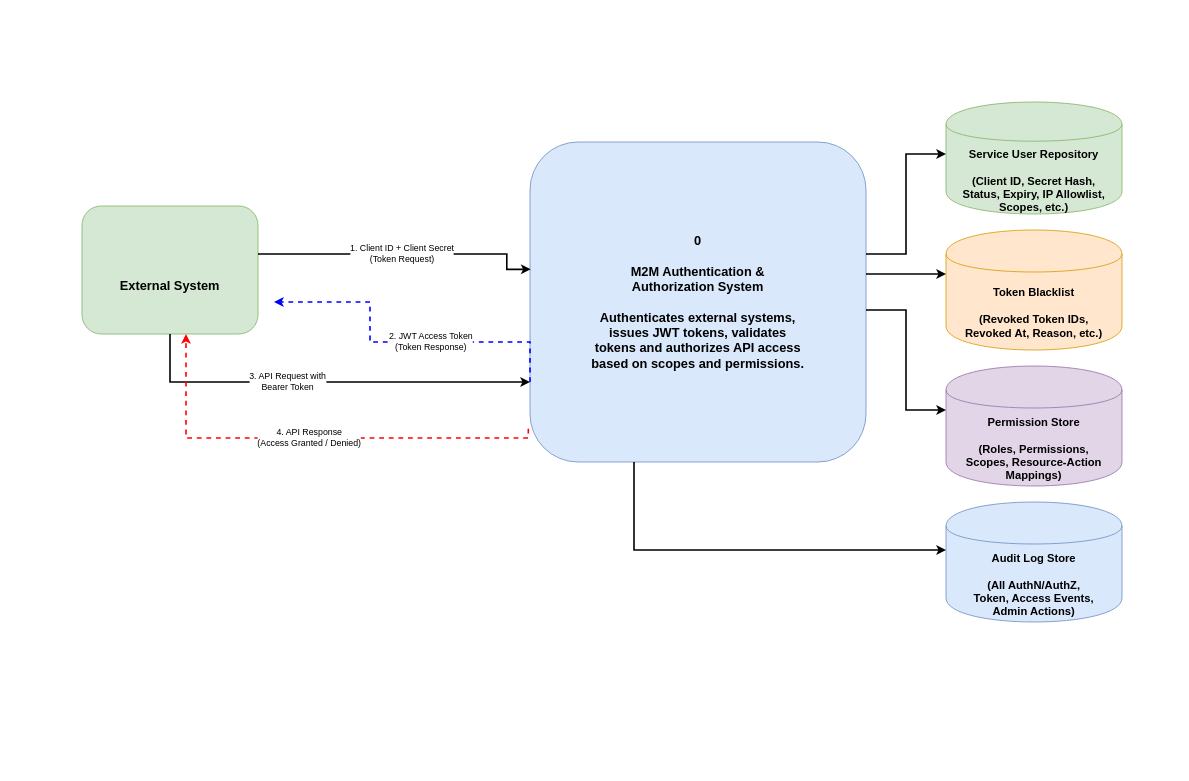
Earlier version of the draw.io diagram page "Level 0 DFD iRM-Service-Security" (1 of 3) of iRM API Layer — Security Architecture Enhancements -DFD.drawio (apsingh911/draw.io). Source tidied: cells renumbered, new cells numbered last; positions are measured from the earlier drawing's top-left corner, leaving out a move shared by most shapes. Both pictures are drawn from the tidied source at 80%, with x=0, y=0 at pixel (82, 102). Pictures stored in the file or linked from it are replaced by grey dashed boxes.
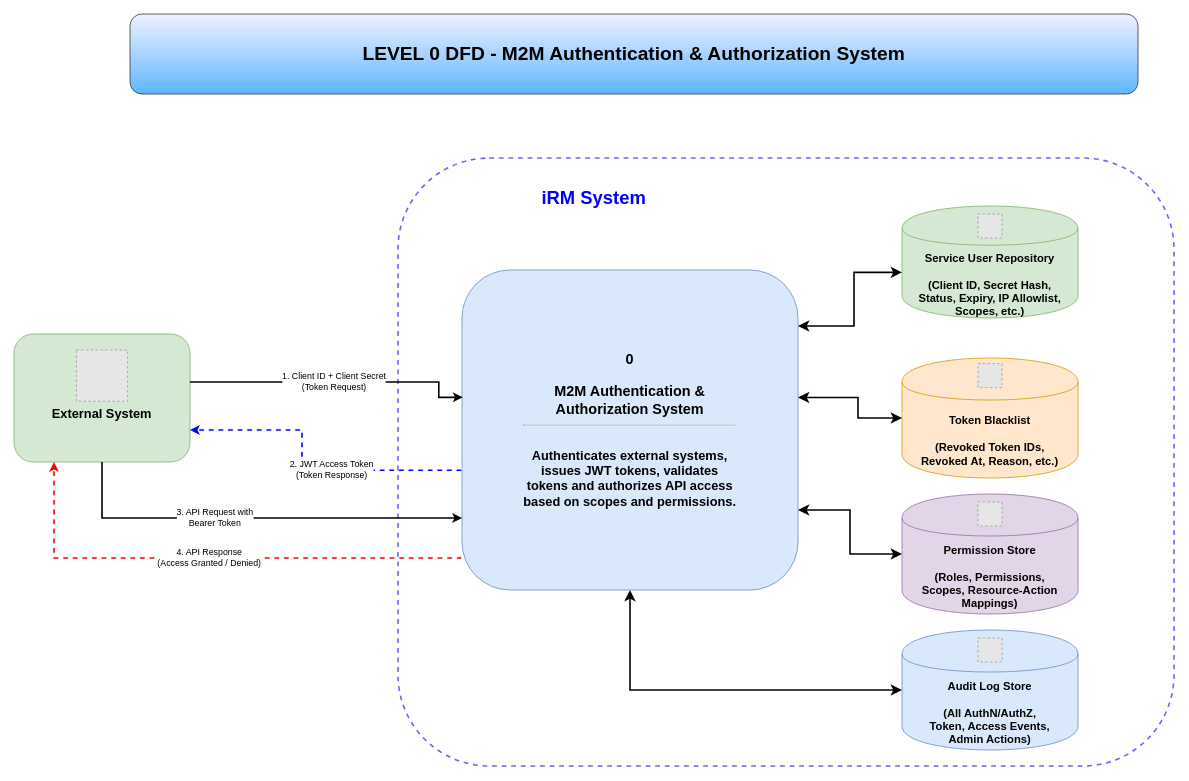
The same page after the edit.

The edit, as a diff of the source:
```diff
@@
     <mxCell id="2" value="&lt;div&gt;&lt;br&gt;&lt;/div&gt;&lt;div&gt;&lt;br&gt;&lt;/div&gt;External System" style="rounded=1;whiteSpace=wrap;html=1;fillColor=#d5e8d4;strokeColor=#82b366;fontSize=16;fontStyle=1;" parent="1" vertex="1">
-      <mxGeometry y="130" width="220" height="160" as="geometry" />
+      <mxGeometry x="-85" y="290" width="220" height="160" as="geometry" />
     </mxCell>
+    <mxCell id="16" style="rounded=1;whiteSpace=wrap;html=1;gradientColor=none;opacity=60;shadow=0;glass=0;dashed=1;strokeColor=#0000FF;strokeWidth=2;fontStyle=1;labelBackgroundColor=none;" parent="1" vertex="1">
+      <mxGeometry x="395" y="70" width="970" height="760" as="geometry" />
+    </mxCell>
-    <mxCell id="3" value="0&#10;&#10;M2M Authentication &amp;&#10;Authorization System&#10;&#10;Authenticates external systems,&#10;issues JWT tokens, validates&#10;tokens and authorizes API access&#10;based on scopes and permissions." style="rounded=1;whiteSpace=wrap;html=1;fillColor=#dae8fc;strokeColor=#6c8ebf;fontSize=16;fontStyle=1;" parent="1" vertex="1">
-      <mxGeometry x="560" y="50" width="420" height="400" as="geometry" />
+    <mxCell id="3" value="&lt;font style=&quot;font-size: 18px;&quot;&gt;0&lt;/font&gt;&lt;br&gt;&lt;br&gt;&lt;font style=&quot;font-size: 18px;&quot;&gt;M2M Authentication &amp;amp;&lt;br&gt;Authorization System&lt;/font&gt;&lt;div&gt;&lt;div&gt;&lt;hr&gt;&lt;br&gt;Authenticates external systems,&lt;br&gt;issues JWT tokens, validates&lt;br&gt;tokens and authorizes API access&lt;br&gt;based on scopes and permissions.&lt;/div&gt;&lt;/div&gt;" style="rounded=1;whiteSpace=wrap;html=1;fillColor=#dae8fc;strokeColor=#6c8ebf;fontSize=16;fontStyle=1;" parent="1" vertex="1">
+      <mxGeometry x="475" y="210" width="420" height="400" as="geometry" />
     </mxCell>
     <mxCell id="4" value="&lt;br&gt;Service User Repository&lt;div&gt;&lt;br&gt;(Client ID, Secret Hash,&lt;br&gt;Status, Expiry, IP Allowlist,&lt;br&gt;Scopes, etc.)&lt;/div&gt;" style="shape=cylinder;whiteSpace=wrap;html=1;boundedLbl=1;fillColor=#d5e8d4;strokeColor=#82b366;fontSize=14;fontStyle=1;" parent="1" vertex="1">
-      <mxGeometry x="1080" width="220" height="140" as="geometry" />
+      <mxGeometry x="1025" y="130" width="220" height="140" as="geometry" />
     </mxCell>
     <mxCell id="5" value="&lt;br&gt;Token Blacklist&lt;div&gt;&lt;br&gt;(Revoked Token IDs,&lt;br&gt;Revoked At, Reason, etc.)&lt;/div&gt;" style="shape=cylinder;whiteSpace=wrap;html=1;boundedLbl=1;fillColor=#ffe6cc;strokeColor=#d79b00;fontSize=14;fontStyle=1;" parent="1" vertex="1">
-      <mxGeometry x="1080" y="160" width="220" height="150" as="geometry" />
+      <mxGeometry x="1025" y="320" width="220" height="150" as="geometry" />
     </mxCell>
     <mxCell id="6" value="&lt;br&gt;Permission Store&lt;div&gt;&lt;br&gt;&lt;div&gt;(Roles, Permissions,&lt;br&gt;Scopes, Resource-Action&lt;br&gt;Mappings)&lt;/div&gt;&lt;/div&gt;" style="shape=cylinder;whiteSpace=wrap;html=1;boundedLbl=1;fillColor=#e1d5e7;strokeColor=#9673a6;fontSize=14;fontStyle=1;" parent="1" vertex="1">
-      <mxGeometry x="1080" y="330" width="220" height="150" as="geometry" />
+      <mxGeometry x="1025" y="490" width="220" height="150" as="geometry" />
     </mxCell>
     <mxCell id="7" value="&lt;br&gt;Audit Log Store&lt;div&gt;&lt;br&gt;(All AuthN/AuthZ,&lt;br&gt;Token, Access Events,&lt;br&gt;Admin Actions)&lt;/div&gt;" style="shape=cylinder;whiteSpace=wrap;html=1;boundedLbl=1;fillColor=#dae8fc;strokeColor=#6c8ebf;fontSize=14;fontStyle=1;" parent="1" vertex="1">
-      <mxGeometry x="1080" y="500" width="220" height="150" as="geometry" />
+      <mxGeometry x="1025" y="660" width="220" height="150" as="geometry" />
     </mxCell>
     <mxCell id="8" value="1. Client ID + Client Secret&#10;(Token Request)" style="edgeStyle=orthogonalEdgeStyle;rounded=0;jettySize=auto;html=1;strokeWidth=2;entryX=0.002;entryY=0.398;entryDx=0;entryDy=0;entryPerimeter=0;endArrow=classic;endFill=1;" parent="1" edge="1" source="2" target="3">
       <mxGeometry relative="1" as="geometry">
         <Array as="points">
-          <mxPoint x="531" y="190" />
-          <mxPoint x="531" y="209" />
+          <mxPoint x="446" y="350" />
+          <mxPoint x="446" y="369" />
         </Array>
       </mxGeometry>
     </mxCell>
-    <mxCell id="9" value="2. JWT Access Token&#10;(Token Response)" style="edgeStyle=orthogonalEdgeStyle;rounded=0;jettySize=auto;html=1;dashed=1;strokeColor=#0000FF;strokeWidth=2;exitX=0;exitY=0.75;exitDx=0;exitDy=0;" parent="1" edge="1" source="3">
+    <mxCell id="9" value="2. JWT Access Token&#10;(Token Response)" style="edgeStyle=orthogonalEdgeStyle;rounded=0;jettySize=auto;html=1;dashed=1;strokeColor=#0000FF;strokeWidth=2;entryX=1;entryY=0.75;entryDx=0;entryDy=0;exitX=-0.002;exitY=0.626;exitDx=0;exitDy=0;exitPerimeter=0;" parent="1" edge="1" source="3" target="2">
       <mxGeometry x="-0.17" relative="1" as="geometry">
-        <mxPoint x="240" y="250" as="targetPoint" />
         <Array as="points">
-          <mxPoint x="560" y="300" />
-          <mxPoint x="360" y="300" />
-          <mxPoint x="360" y="250" />
+          <mxPoint x="275" y="460" />
+          <mxPoint x="275" y="410" />
         </Array>
       </mxGeometry>
     </mxCell>
     <mxCell id="10" value="3. API Request with&#10;Bearer Token" style="edgeStyle=orthogonalEdgeStyle;rounded=0;jettySize=auto;html=1;strokeWidth=2;" parent="1" edge="1" source="2" target="3">
       <mxGeometry x="-0.19" relative="1" as="geometry">
         <Array as="points">
-          <mxPoint x="240" y="350" />
-          <mxPoint x="480" y="350" />
+          <mxPoint x="25" y="520" />
         </Array>
       </mxGeometry>
     </mxCell>
     <mxCell id="11" value="4. API Response&#10;(Access Granted / Denied)" style="edgeStyle=orthogonalEdgeStyle;rounded=0;jettySize=auto;html=1;dashed=1;strokeColor=#FF0000;strokeWidth=2;exitX=-0.005;exitY=0.896;exitDx=0;exitDy=0;exitPerimeter=0;" parent="1" edge="1" source="3" target="2">
       <mxGeometry relative="1" as="geometry">
         <Array as="points">
-          <mxPoint x="558" y="420" />
-          <mxPoint x="130" y="420" />
+          <mxPoint x="-35" y="570" />
         </Array>
       </mxGeometry>
     </mxCell>
-    <mxCell id="12" style="edgeStyle=orthogonalEdgeStyle;rounded=0;html=1;strokeWidth=2;" parent="1" edge="1" source="3" target="4">
-      <mxGeometry relative="1" as="geometry">
-        <Array as="points">
-          <mxPoint x="1030" y="190" />
-          <mxPoint x="1030" y="65" />
-        </Array>
-      </mxGeometry>
-    </mxCell>
-    <mxCell id="13" style="edgeStyle=orthogonalEdgeStyle;rounded=0;html=1;strokeWidth=2;" parent="1" edge="1" source="3" target="5">
-      <mxGeometry relative="1" as="geometry">
-        <Array as="points">
-          <mxPoint x="1010" y="215" />
-          <mxPoint x="1010" y="215" />
-        </Array>
-      </mxGeometry>
-    </mxCell>
+    <mxCell id="17" style="fillColor=#E6E6E6;strokeColor=#999999;dashed=1;verticalLabelPosition=bottom;labelBackgroundColor=default;verticalAlign=top;" parent="1" vertex="1">
+      <mxGeometry x="-7" y="310" width="64" height="64" as="geometry" />
+    </mxCell>
+    <mxCell id="18" style="fillColor=#E6E6E6;strokeColor=#999999;dashed=1;verticalLabelPosition=bottom;labelBackgroundColor=default;verticalAlign=top;" parent="1" vertex="1">
+      <mxGeometry x="1120" y="140" width="30" height="30" as="geometry" />
+    </mxCell>
+    <mxCell id="19" style="fillColor=#E6E6E6;strokeColor=#999999;dashed=1;verticalLabelPosition=bottom;labelBackgroundColor=default;verticalAlign=top;" parent="1" vertex="1">
+      <mxGeometry x="1120" y="327" width="30" height="30" as="geometry" />
+    </mxCell>
+    <mxCell id="20" style="fillColor=#E6E6E6;strokeColor=#999999;dashed=1;verticalLabelPosition=bottom;labelBackgroundColor=default;verticalAlign=top;" parent="1" vertex="1">
+      <mxGeometry x="1120" y="500" width="30" height="30" as="geometry" />
+    </mxCell>
+    <mxCell id="21" style="fillColor=#E6E6E6;strokeColor=#999999;dashed=1;verticalLabelPosition=bottom;labelBackgroundColor=default;verticalAlign=top;" parent="1" vertex="1">
+      <mxGeometry x="1120" y="670" width="30" height="30" as="geometry" />
+    </mxCell>
+    <mxCell id="22" style="edgeStyle=orthogonalEdgeStyle;orthogonalLoop=1;jettySize=auto;html=1;endArrow=classic;startArrow=classic;endSize=8;startSize=8;rounded=0;strokeWidth=2;" parent="1" edge="1">
+      <mxGeometry relative="1" as="geometry">
+        <mxPoint x="895" y="280" as="sourcePoint" />
+        <mxPoint x="1025" y="213" as="targetPoint" />
+        <Array as="points">
+          <mxPoint x="965" y="280" />
+          <mxPoint x="965" y="213" />
+        </Array>
+      </mxGeometry>
+    </mxCell>
+    <mxCell id="23" style="edgeStyle=orthogonalEdgeStyle;jettySize=auto;html=1;endArrow=classic;startArrow=classic;endSize=8;startSize=8;rounded=0;entryX=0;entryY=0.5;entryDx=0;entryDy=0;strokeWidth=2;" parent="1" edge="1" target="5">
+      <mxGeometry relative="1" as="geometry">
+        <mxPoint x="895" y="369.4" as="sourcePoint" />
+        <Array as="points">
+          <mxPoint x="970" y="369" />
+          <mxPoint x="970" y="395" />
+        </Array>
+      </mxGeometry>
+    </mxCell>
-    <mxCell id="14" style="edgeStyle=orthogonalEdgeStyle;rounded=0;html=1;strokeWidth=2;" parent="1" edge="1" source="3" target="6">
-      <mxGeometry relative="1" as="geometry">
-        <Array as="points">
-          <mxPoint x="1030" y="260" />
-          <mxPoint x="1030" y="385" />
-        </Array>
-      </mxGeometry>
+    <mxCell id="14" style="edgeStyle=orthogonalEdgeStyle;jettySize=auto;html=1;endArrow=classic;startArrow=classic;endSize=8;startSize=8;rounded=0;entryX=0;entryY=0.5;entryDx=0;entryDy=0;exitX=1;exitY=0.75;exitDx=0;exitDy=0;strokeWidth=2;" parent="1" edge="1" source="3" target="6">
+      <mxGeometry relative="1" as="geometry" />
     </mxCell>
-    <mxCell id="15" style="edgeStyle=orthogonalEdgeStyle;rounded=0;html=1;strokeWidth=2;" parent="1" edge="1" source="3" target="7">
-      <mxGeometry relative="1" as="geometry">
-        <Array as="points">
-          <mxPoint x="690" y="560" />
-        </Array>
-      </mxGeometry>
+    <mxCell id="15" style="edgeStyle=orthogonalEdgeStyle;jettySize=auto;html=1;endArrow=classic;startArrow=classic;endSize=8;startSize=8;rounded=0;entryX=0;entryY=0.5;entryDx=0;entryDy=0;exitX=0.5;exitY=1;exitDx=0;exitDy=0;strokeWidth=2;" parent="1" edge="1" source="3" target="7">
+      <mxGeometry relative="1" as="geometry" />
     </mxCell>
+    <mxCell id="24" value="&lt;font style=&quot;font-size: 23px;&quot;&gt;iRM System&lt;/font&gt;" style="text;html=1;whiteSpace=wrap;strokeColor=none;fillColor=none;align=center;verticalAlign=middle;rounded=0;fontStyle=1;fontSize=18;fontColor=#0000FF;" parent="1" vertex="1">
+      <mxGeometry x="560" y="100" width="160" height="40" as="geometry" />
+    </mxCell>
+    <mxCell id="25" value="&lt;font style=&quot;font-size: 24px;&quot;&gt;&lt;b style=&quot;&quot;&gt;LEVEL 0 DFD - M2M Authentication &amp;amp; Authorization System&lt;/b&gt;&lt;/font&gt;" style="rounded=1;whiteSpace=wrap;html=1;fillColor=#F1F1FF;strokeColor=#36393d;gradientColor=#5EB6FF;" parent="1" vertex="1">
+      <mxGeometry x="60" y="-110" width="1260" height="100" as="geometry" />
+    </mxCell>
```
